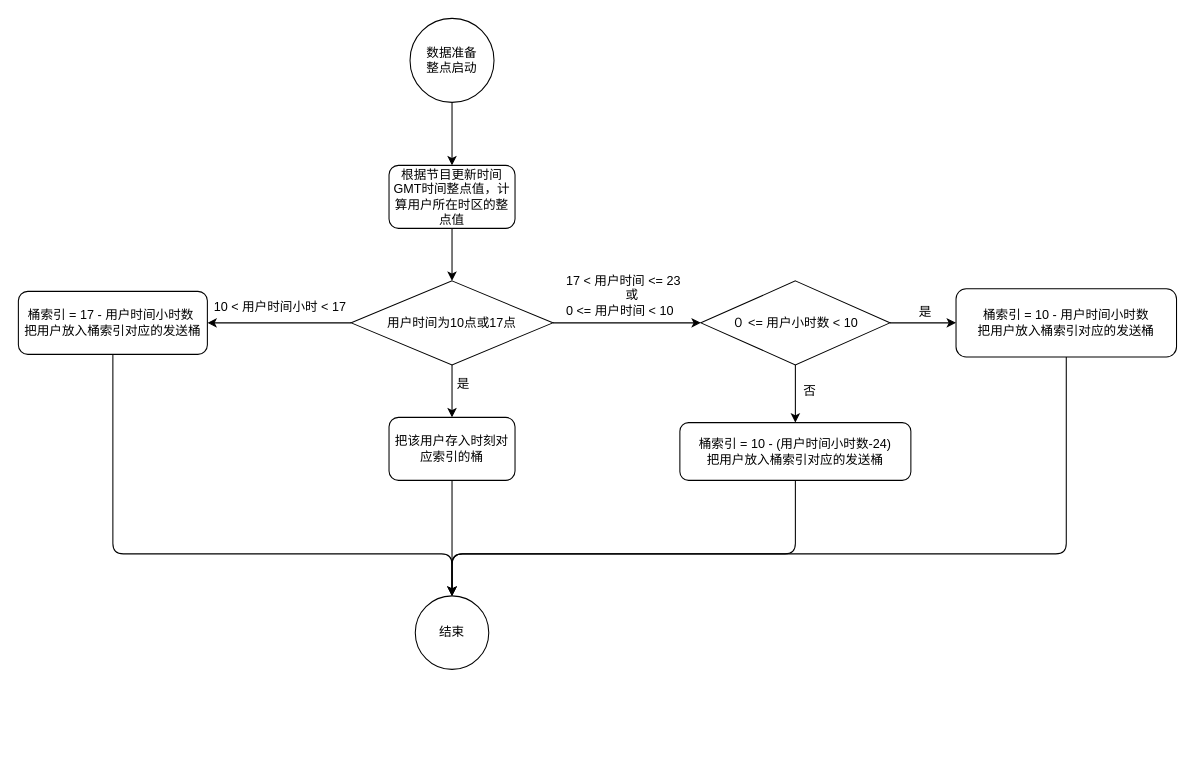
Earlier version of the draw.io diagram 时区计算流程.drawio (xfbxag/weijia). Source tidied: cells renumbered, new cells numbered last; positions are measured from the earlier drawing's top-left corner, leaving out a move shared by most shapes. Both pictures are drawn from the tidied source at 105%, with x=0, y=0 at pixel (18, 18).
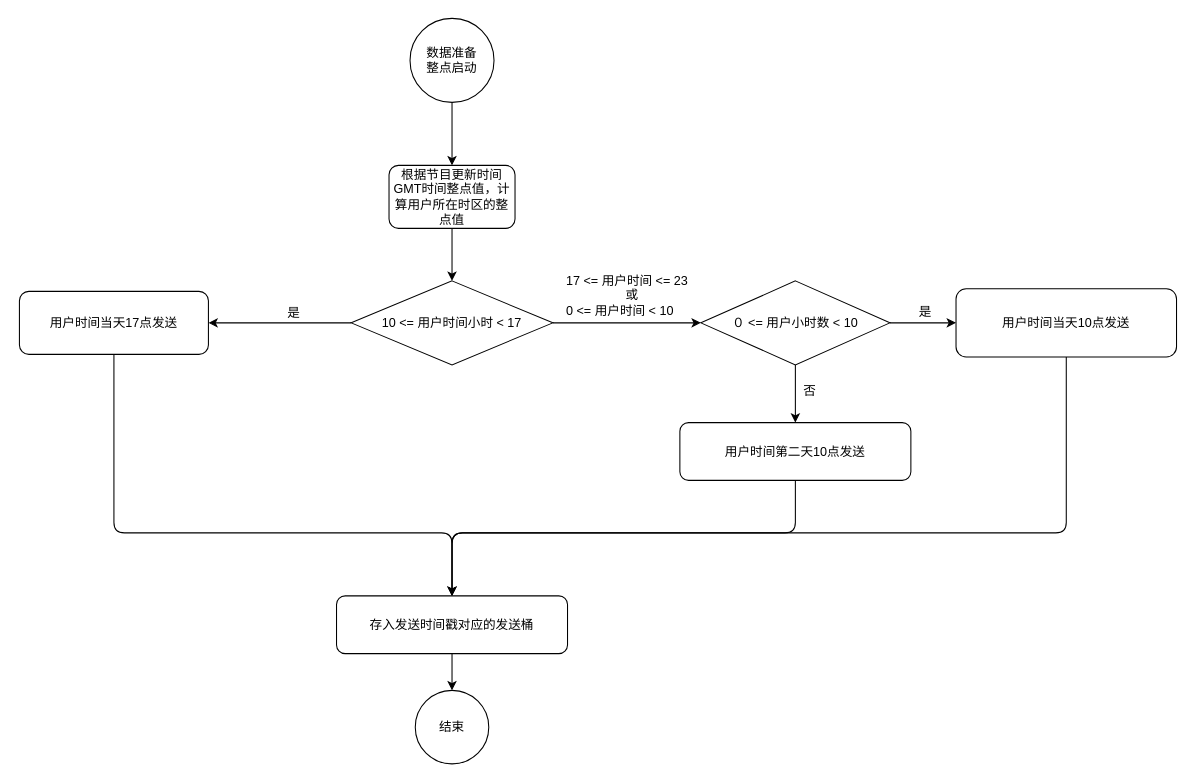
The same page after the edit.

Commit message:
Update 时区计算流程.drawio

The change refers to these unchanged cells:
```xml
<mxCell id="5" style="edgeStyle=orthogonalEdgeStyle;rounded=0;jettySize=auto;html=1;" parent="1" edge="1" source="8" target="13">
  <mxGeometry relative="1" as="geometry" />
</mxCell>
```

What changed in the source:
```diff
@@
-    <mxCell id="4" style="edgeStyle=orthogonalEdgeStyle;rounded=0;jettySize=auto;html=1;" parent="1" edge="1" source="8" target="10">
-      <mxGeometry relative="1" as="geometry" />
-    </mxCell>
@@
-    <mxCell id="6" value="10 &amp;lt; 用户时间小时 &amp;lt; 17" style="text;html=1;align=center;verticalAlign=middle;labelBackgroundColor=#ffffff;" parent="5" vertex="1">
-      <mxGeometry x="-0.2" y="3" relative="1" as="geometry">
-        <mxPoint x="-13.5" y="-19" as="offset" />
-      </mxGeometry>
-    </mxCell>
+    <mxCell id="14" value="是" style="text;html=1;align=center;verticalAlign=middle;labelBackgroundColor=#ffffff;" parent="5" vertex="1">
+      <mxGeometry x="-0.23" y="-3" relative="1" as="geometry">
+        <mxPoint x="-4" y="-7" as="offset" />
+      </mxGeometry>
+    </mxCell>
@@
-    <mxCell id="8" value="用户时间为10点或17点" style="rhombus;whiteSpace=wrap;html=1;" parent="1" vertex="1">
+    <mxCell id="8" value="&lt;span style=&quot;white-space: nowrap ; background-color: rgb(255 , 255 , 255)&quot;&gt;10 &amp;lt;= 用户时间小时 &amp;lt; 17&lt;/span&gt;" style="rhombus;whiteSpace=wrap;html=1;" parent="1" vertex="1">
       <mxGeometry x="317" y="250" width="192" height="80" as="geometry" />
     </mxCell>
-    <mxCell id="9" style="edgeStyle=orthogonalEdgeStyle;rounded=0;jettySize=auto;html=1;" parent="1" edge="1" source="10" target="25">
-      <mxGeometry relative="1" as="geometry" />
-    </mxCell>
-    <mxCell id="10" value="把该用户存入时刻对应索引的桶" style="rounded=1;whiteSpace=wrap;html=1;" parent="1" vertex="1">
-      <mxGeometry x="353" y="380" width="120" height="60" as="geometry" />
-    </mxCell>
@@
-    <mxCell id="13" value="&lt;span style=&quot;white-space: normal&quot;&gt;桶索引 = 17 - 用户时间小时数&amp;nbsp;&lt;/span&gt;&lt;br style=&quot;white-space: normal&quot;&gt;&lt;span style=&quot;white-space: normal&quot;&gt;把用户放入桶索引对应的发送桶&lt;/span&gt;" style="rounded=1;whiteSpace=wrap;html=1;" parent="1" vertex="1">
-      <mxGeometry y="260" width="180" height="60" as="geometry" />
+    <mxCell id="13" value="用户时间当天17点发送" style="rounded=1;whiteSpace=wrap;html=1;" parent="1" vertex="1">
+      <mxGeometry x="1" y="260" width="180" height="60" as="geometry" />
     </mxCell>
-    <mxCell id="14" value="是" style="text;html=1;align=left;verticalAlign=top;spacingTop=-4;" parent="1" vertex="1">
-      <mxGeometry x="416" y="339" width="30" height="20" as="geometry" />
-    </mxCell>
-    <mxCell id="15" style="edgeStyle=orthogonalEdgeStyle;rounded=1;jettySize=auto;html=1;entryX=0.5;entryY=0;entryDx=0;entryDy=0;" parent="1" edge="1" source="16" target="25">
-      <mxGeometry relative="1" as="geometry">
-        <Array as="points">
-          <mxPoint x="998" y="510" />
-          <mxPoint x="413" y="510" />
-        </Array>
-      </mxGeometry>
-    </mxCell>
+    <mxCell id="27" style="edgeStyle=orthogonalEdgeStyle;rounded=1;jettySize=auto;html=1;entryX=0.5;entryY=0;entryDx=0;entryDy=0;exitX=0.5;exitY=1;exitDx=0;exitDy=0;" parent="1" edge="1" source="16" target="30">
+      <mxGeometry relative="1" as="geometry">
+        <Array as="points">
+          <mxPoint x="998" y="490" />
+          <mxPoint x="413" y="490" />
+        </Array>
+      </mxGeometry>
+    </mxCell>
-    <mxCell id="16" value="&lt;span style=&quot;white-space: normal&quot;&gt;桶索引 = 10 - 用户时间小时数&lt;/span&gt;&lt;br style=&quot;white-space: normal&quot;&gt;&lt;span style=&quot;white-space: normal&quot;&gt;把用户放入桶索引对应的发送桶&lt;/span&gt;" style="rounded=1;whiteSpace=wrap;html=1;" parent="1" vertex="1">
+    <mxCell id="16" value="用户时间当天10点发送" style="rounded=1;whiteSpace=wrap;html=1;" parent="1" vertex="1">
       <mxGeometry x="893" y="257.5" width="210" height="65" as="geometry" />
     </mxCell>
-    <mxCell id="17" value="17 &amp;lt; 用户时间 &amp;lt;= 23&lt;br&gt;&amp;nbsp; &amp;nbsp; &amp;nbsp; &amp;nbsp; &amp;nbsp; &amp;nbsp; &amp;nbsp; &amp;nbsp; &amp;nbsp;或&lt;br&gt;0 &amp;lt;= 用户时间 &amp;lt; 10" style="text;html=1;align=left;verticalAlign=top;spacingTop=-4;" parent="1" vertex="1">
-      <mxGeometry x="519.5" y="240" width="120" height="40" as="geometry" />
+    <mxCell id="17" value="17 &amp;lt;= 用户时间 &amp;lt;= 23&lt;br&gt;&amp;nbsp; &amp;nbsp; &amp;nbsp; &amp;nbsp; &amp;nbsp; &amp;nbsp; &amp;nbsp; &amp;nbsp; &amp;nbsp;或&lt;br&gt;0 &amp;lt;= 用户时间 &amp;lt; 10" style="text;html=1;align=left;verticalAlign=top;spacingTop=-4;" parent="1" vertex="1">
+      <mxGeometry x="519.5" y="240" width="130" height="40" as="geometry" />
     </mxCell>
@@
-    <mxCell id="22" style="edgeStyle=orthogonalEdgeStyle;rounded=1;jettySize=auto;html=1;" parent="1" edge="1" source="23">
-      <mxGeometry relative="1" as="geometry">
-        <mxPoint x="413" y="550" as="targetPoint" />
-        <Array as="points">
-          <mxPoint x="740" y="510" />
-          <mxPoint x="413" y="510" />
-        </Array>
-      </mxGeometry>
-    </mxCell>
+    <mxCell id="28" style="edgeStyle=orthogonalEdgeStyle;rounded=1;jettySize=auto;html=1;entryX=0.5;entryY=0;entryDx=0;entryDy=0;exitX=0.5;exitY=1;exitDx=0;exitDy=0;" parent="1" edge="1" source="23" target="30">
+      <mxGeometry relative="1" as="geometry">
+        <Array as="points">
+          <mxPoint x="740" y="490" />
+          <mxPoint x="413" y="490" />
+        </Array>
+      </mxGeometry>
+    </mxCell>
-    <mxCell id="23" value="&lt;span style=&quot;white-space: normal&quot;&gt;桶索引 = 10 - (用户时间小时数-24)&lt;/span&gt;&lt;br style=&quot;white-space: normal&quot;&gt;&lt;span style=&quot;white-space: normal&quot;&gt;把用户放入桶索引对应的发送桶&lt;/span&gt;" style="rounded=1;whiteSpace=wrap;html=1;" parent="1" vertex="1">
+    <mxCell id="23" value="用户时间第二天10点发送" style="rounded=1;whiteSpace=wrap;html=1;" parent="1" vertex="1">
       <mxGeometry x="630" y="385" width="220" height="55" as="geometry" />
     </mxCell>
@@
     <mxCell id="25" value="结束" style="ellipse;whiteSpace=wrap;html=1;" parent="1" vertex="1">
-      <mxGeometry x="378" y="550" width="70" height="70" as="geometry" />
+      <mxGeometry x="378" y="640" width="70" height="70" as="geometry" />
     </mxCell>
-    <mxCell id="26" style="endArrow=classic;html=1;exitX=0.5;exitY=1;exitDx=0;exitDy=0;entryX=0.5;entryY=0;entryDx=0;entryDy=0;edgeStyle=orthogonalEdgeStyle;" parent="1" edge="1" source="13" target="25">
-      <mxGeometry relative="1" as="geometry">
-        <Array as="points">
-          <mxPoint x="90" y="510" />
-          <mxPoint x="413" y="510" />
-        </Array>
-      </mxGeometry>
-    </mxCell>
+    <mxCell id="29" style="edgeStyle=orthogonalEdgeStyle;rounded=1;jettySize=auto;html=1;" parent="1" edge="1" source="30" target="25">
+      <mxGeometry relative="1" as="geometry" />
+    </mxCell>
+    <mxCell id="30" value="存入发送时间戳对应的发送桶" style="rounded=1;whiteSpace=wrap;html=1;" parent="1" vertex="1">
+      <mxGeometry x="303" y="550" width="220" height="55" as="geometry" />
+    </mxCell>
+    <mxCell id="31" style="endArrow=classic;html=1;exitX=0.5;exitY=1;exitDx=0;exitDy=0;entryX=0.5;entryY=0;entryDx=0;entryDy=0;edgeStyle=orthogonalEdgeStyle;" parent="1" edge="1" source="13" target="30">
+      <mxGeometry relative="1" as="geometry">
+        <Array as="points">
+          <mxPoint x="91" y="490" />
+          <mxPoint x="413" y="490" />
+        </Array>
+      </mxGeometry>
+    </mxCell>
```
